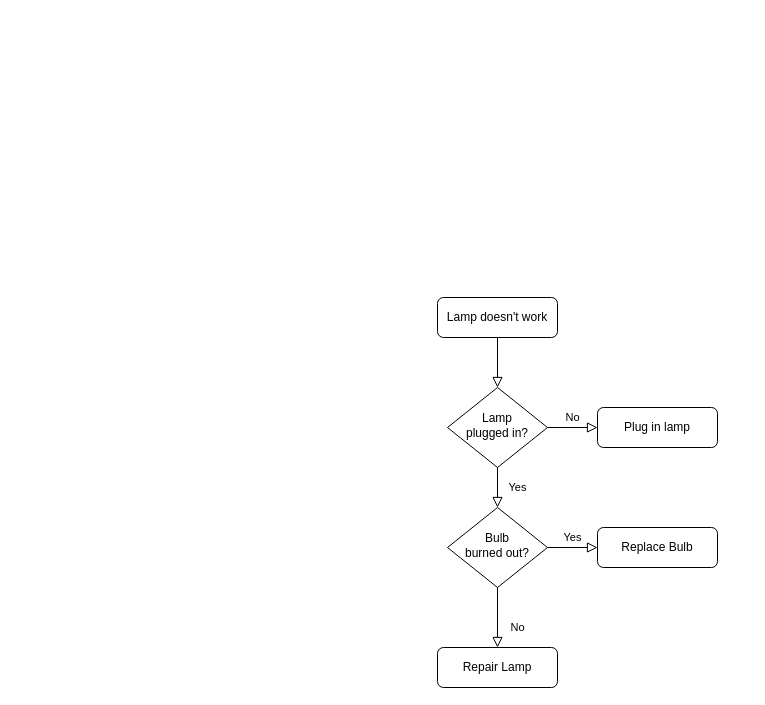
leaand01/simplePasswordManager keeps this draw.io diagram as Unavngivet diagram.drawio. Above is the earlier version. Source tidied: cells renumbered, new cells numbered last; positions are measured from the earlier drawing's top-left corner, leaving out a move shared by most shapes. Both pictures are drawn from the tidied source at 100%, with x=0, y=0 at pixel (437, 297).
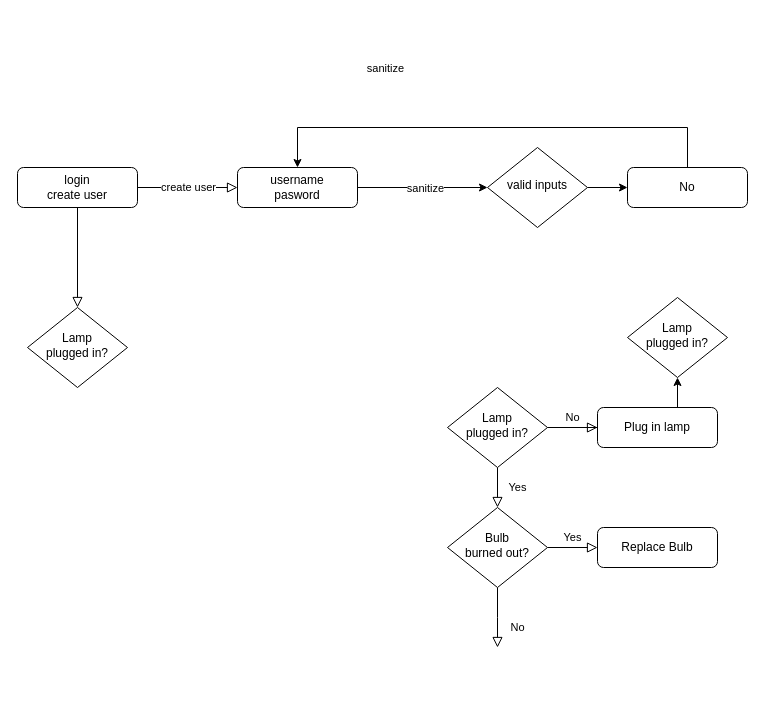
The same diagram, later.

Unchanged cells that the change refers to:
```xml
<mxCell id="6" value="Lamp&lt;br&gt;plugged in?" style="rhombus;whiteSpace=wrap;html=1;shadow=0;fontFamily=Helvetica;fontSize=12;align=center;strokeWidth=1;spacing=6;spacingTop=-4;" parent="1" vertex="1">
  <mxGeometry x="10" y="90" width="100" height="80" as="geometry" />
</mxCell>
<mxCell id="10" value="Bulb&lt;br&gt;burned out?" style="rhombus;whiteSpace=wrap;html=1;shadow=0;fontFamily=Helvetica;fontSize=12;align=center;strokeWidth=1;spacing=6;spacingTop=-4;" parent="1" vertex="1">
  <mxGeometry x="10" y="210" width="100" height="80" as="geometry" />
</mxCell>
```

Change to the diagram source:
```diff
@@
-    <mxCell id="2" style="rounded=0;html=1;jettySize=auto;fontSize=11;endArrow=block;endFill=0;endSize=8;strokeWidth=1;shadow=0;labelBackgroundColor=none;edgeStyle=orthogonalEdgeStyle;" parent="1" edge="1" source="3" target="6">
-      <mxGeometry relative="1" as="geometry" />
-    </mxCell>
-    <mxCell id="3" value="Lamp doesn't work" style="rounded=1;whiteSpace=wrap;html=1;fontSize=12;glass=0;strokeWidth=1;shadow=0;" parent="1" vertex="1">
-      <mxGeometry width="120" height="40" as="geometry" />
+    <mxCell id="3" value="login&lt;div&gt;create user&lt;/div&gt;" style="rounded=1;whiteSpace=wrap;html=1;fontSize=12;glass=0;strokeWidth=1;shadow=0;" parent="1" vertex="1">
+      <mxGeometry x="-420" y="-130" width="120" height="40" as="geometry" />
     </mxCell>
@@
+    <mxCell id="13" style="edgeStyle=orthogonalEdgeStyle;rounded=0;jettySize=auto;html=1;" parent="1" edge="1" source="6" target="20">
+      <mxGeometry relative="1" as="geometry" />
+    </mxCell>
@@
-    <mxCell id="8" value="No" style="rounded=0;html=1;jettySize=auto;fontSize=11;endArrow=block;endFill=0;endSize=8;strokeWidth=1;shadow=0;labelBackgroundColor=none;edgeStyle=orthogonalEdgeStyle;" parent="1" edge="1" source="10" target="11">
-      <mxGeometry x="0.33" y="20" relative="1" as="geometry" />
+    <mxCell id="8" value="No" style="rounded=0;html=1;jettySize=auto;fontSize=11;endArrow=block;endFill=0;endSize=8;strokeWidth=1;shadow=0;labelBackgroundColor=none;edgeStyle=orthogonalEdgeStyle;" parent="1" edge="1" source="10">
+      <mxGeometry x="0.33" y="20" relative="1" as="geometry">
+        <mxPoint x="60" y="350" as="targetPoint" />
+      </mxGeometry>
     </mxCell>
@@
-    <mxCell id="11" value="Repair Lamp" style="rounded=1;whiteSpace=wrap;html=1;fontSize=12;glass=0;strokeWidth=1;shadow=0;" parent="1" vertex="1">
-      <mxGeometry y="350" width="120" height="40" as="geometry" />
-    </mxCell>
@@
+    <mxCell id="14" style="edgeStyle=orthogonalEdgeStyle;rounded=0;jettySize=auto;html=1;exitX=1;exitY=0.5;exitDx=0;exitDy=0;entryX=0;entryY=0.5;entryDx=0;entryDy=0;" parent="1" edge="1" source="15" target="22">
+      <mxGeometry relative="1" as="geometry" />
+    </mxCell>
+    <mxCell id="15" value="username&lt;div&gt;pasword&lt;/div&gt;" style="rounded=1;whiteSpace=wrap;html=1;fontSize=12;glass=0;strokeWidth=1;shadow=0;" parent="1" vertex="1">
+      <mxGeometry x="-200" y="-130" width="120" height="40" as="geometry" />
+    </mxCell>
+    <mxCell id="16" value="Lamp&lt;br&gt;plugged in?" style="rhombus;whiteSpace=wrap;html=1;shadow=0;fontFamily=Helvetica;fontSize=12;align=center;strokeWidth=1;spacing=6;spacingTop=-4;" parent="1" vertex="1">
+      <mxGeometry x="-410" y="10" width="100" height="80" as="geometry" />
+    </mxCell>
+    <mxCell id="17" style="rounded=0;html=1;jettySize=auto;fontSize=11;endArrow=block;endFill=0;endSize=8;strokeWidth=1;shadow=0;labelBackgroundColor=none;edgeStyle=orthogonalEdgeStyle;entryX=0.5;entryY=0;entryDx=0;entryDy=0;exitX=0.5;exitY=1;exitDx=0;exitDy=0;" parent="1" edge="1" source="3" target="16">
+      <mxGeometry relative="1" as="geometry" />
+    </mxCell>
+    <mxCell id="18" style="rounded=0;html=1;jettySize=auto;fontSize=11;endArrow=block;endFill=0;endSize=8;strokeWidth=1;shadow=0;labelBackgroundColor=none;edgeStyle=orthogonalEdgeStyle;entryX=0;entryY=0.5;entryDx=0;entryDy=0;exitX=1;exitY=0.5;exitDx=0;exitDy=0;" parent="1" edge="1" source="3" target="15">
+      <mxGeometry relative="1" as="geometry" />
+    </mxCell>
+    <mxCell id="19" value="create user" style="edgeLabel;html=1;align=center;verticalAlign=middle;" parent="18" vertex="1">
+      <mxGeometry x="-0.01" y="1" relative="1" as="geometry" />
+    </mxCell>
+    <mxCell id="20" value="Lamp&lt;br&gt;plugged in?" style="rhombus;whiteSpace=wrap;html=1;shadow=0;fontFamily=Helvetica;fontSize=12;align=center;strokeWidth=1;spacing=6;spacingTop=-4;" parent="1" vertex="1">
+      <mxGeometry x="190" width="100" height="80" as="geometry" />
+    </mxCell>
+    <mxCell id="21" style="edgeStyle=orthogonalEdgeStyle;rounded=0;jettySize=auto;html=1;exitX=1;exitY=0.5;exitDx=0;exitDy=0;entryX=0;entryY=0.5;entryDx=0;entryDy=0;" parent="1" edge="1" source="22" target="26">
+      <mxGeometry relative="1" as="geometry" />
+    </mxCell>
+    <mxCell id="22" value="valid inputs" style="rhombus;whiteSpace=wrap;html=1;shadow=0;fontFamily=Helvetica;fontSize=12;align=center;strokeWidth=1;spacing=6;spacingTop=-4;" parent="1" vertex="1">
+      <mxGeometry x="50" y="-150" width="100" height="80" as="geometry" />
+    </mxCell>
+    <mxCell id="23" value="sanitize" style="edgeLabel;html=1;align=center;verticalAlign=middle;" parent="1" vertex="1">
+      <mxGeometry x="-70" y="-160" as="geometry">
+        <mxPoint x="57" y="50" as="offset" />
+      </mxGeometry>
+    </mxCell>
+    <mxCell id="24" value="sanitize" style="edgeLabel;html=1;align=center;verticalAlign=middle;" parent="1" vertex="1">
+      <mxGeometry x="-110" y="-280" as="geometry">
+        <mxPoint x="57" y="50" as="offset" />
+      </mxGeometry>
+    </mxCell>
+    <mxCell id="25" style="edgeStyle=orthogonalEdgeStyle;rounded=0;jettySize=auto;html=1;exitX=0.5;exitY=0;exitDx=0;exitDy=0;entryX=0.5;entryY=0;entryDx=0;entryDy=0;" parent="1" edge="1" source="26" target="15">
+      <mxGeometry relative="1" as="geometry">
+        <Array as="points">
+          <mxPoint x="250" y="-170" />
+          <mxPoint x="-140" y="-170" />
+        </Array>
+      </mxGeometry>
+    </mxCell>
+    <mxCell id="26" value="No" style="rounded=1;whiteSpace=wrap;html=1;fontSize=12;glass=0;strokeWidth=1;shadow=0;" parent="1" vertex="1">
+      <mxGeometry x="190" y="-130" width="120" height="40" as="geometry" />
+    </mxCell>
```
